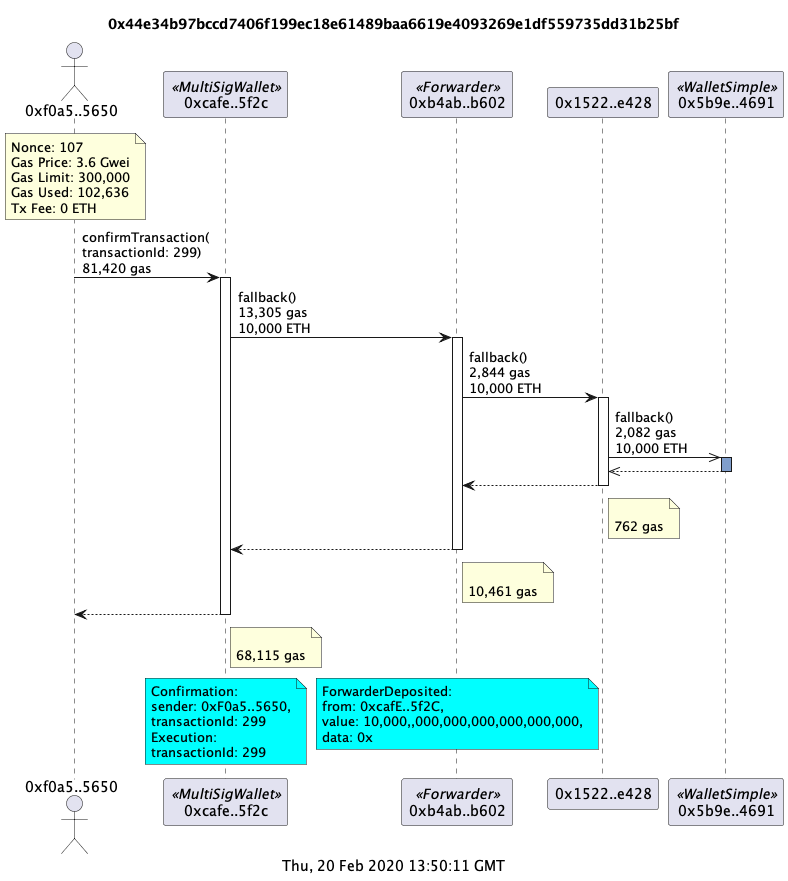
Earlier version of the PlantUML export examples/aragonMultiSig.png (naddison36/tx2uml).
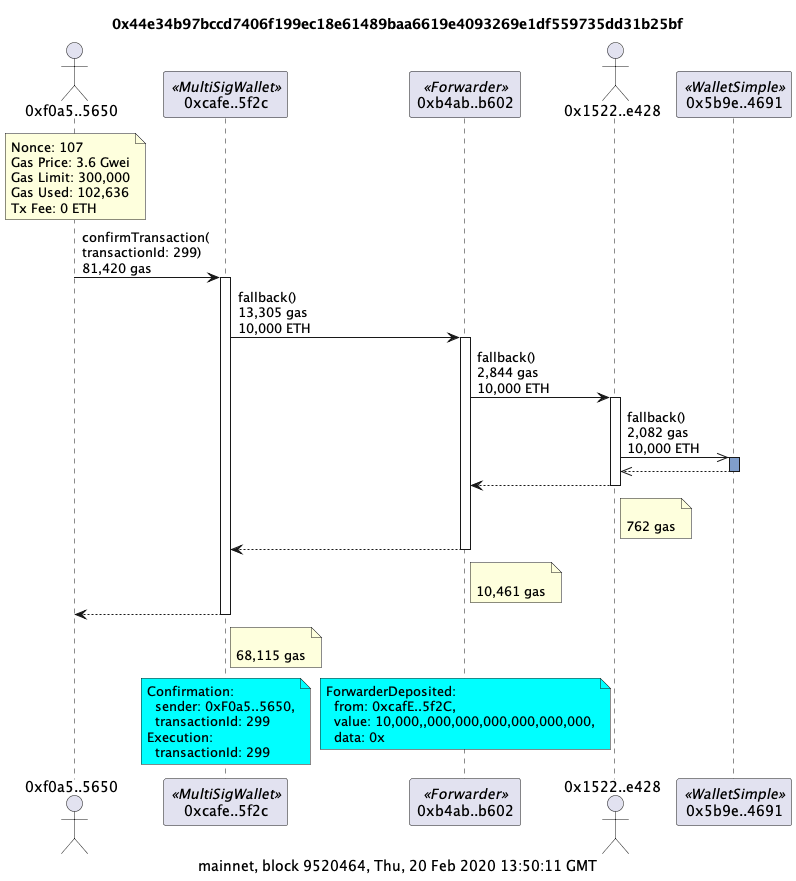
The same file after the commit.

Diff of the diagram source:
```diff
@@ -1,10 +1,10 @@
 @startuml
 title 0x44e34b97bccd7406f199ec18e61489baa6619e4093269e1df559735dd31b25bf
-caption  Thu, 20 Feb 2020 13:50:11 GMT
+caption mainnet, block 9520464, Thu, 20 Feb 2020 13:50:11 GMT
 actor "0xf0a5..5650" as f0a55650
 participant "0xcafe..5f2c" as cafe5f2c <<MultiSigWallet>>
 participant "0xb4ab..b602" as b4abb602 <<Forwarder>>
-participant "0x1522..e428" as 1522e428
+actor "0x1522..e428" as 1522e428
 participant "0x5b9e..4691" as 5b9e4691 <<WalletSimple>>
 
 note over f0a55650
@@ -33,15 +33,17 @@
 
 note over cafe5f2c #aqua
 Confirmation:
-sender: 0xF0a5..5650,
-transactionId: 299
+  sender: 0xF0a5..5650,
+  transactionId: 299
 Execution:
-transactionId: 299
+  transactionId: 299
 end note
+
 / note over b4abb602 #aqua
 ForwarderDeposited:
-from: 0xcafE..5f2C,
-value: 10,000,,000,000,000,000,000,000,
-data: 0x
+  from: 0xcafE..5f2C,
+  value: 10,000,,000,000,000,000,000,000,
+  data: 0x
 end note
+
 @endumls
```
